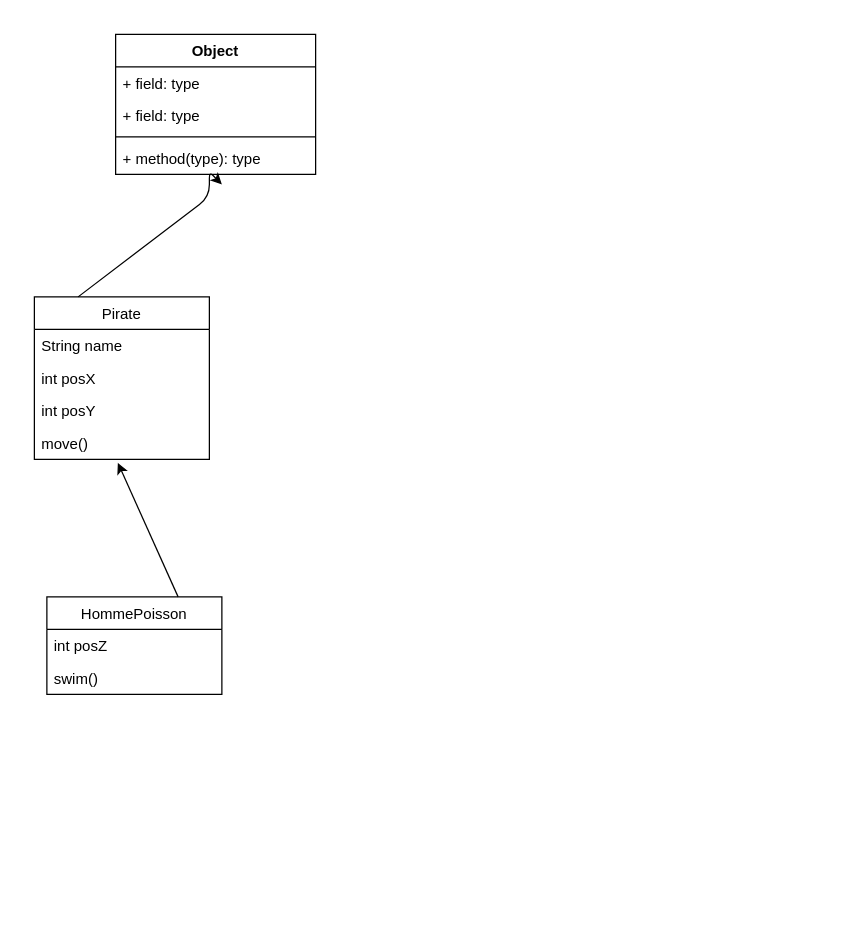
Above: schema.drawio in elimut/Java_heritage_perso (draw.io), before the change. Source tidied: cells renumbered, new cells numbered last; positions are measured from the earlier drawing's top-left corner, leaving out a move shared by most shapes. Both pictures are drawn from the tidied source at 125%, with x=0, y=0 at pixel (34, 34).
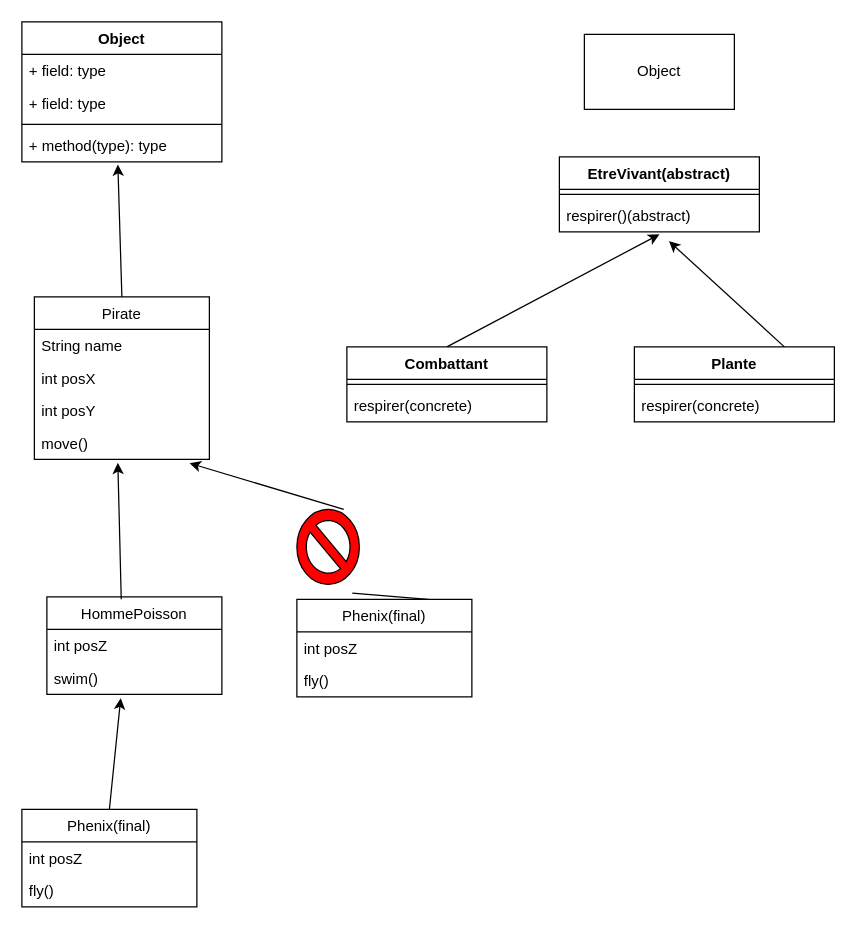
The same page after the edit.

Unchanged cells that the change refers to:
```xml
<mxCell id="6" value="+ method(type): type" style="text;strokeColor=none;fillColor=none;align=left;verticalAlign=top;spacingLeft=4;spacingRight=4;overflow=hidden;points=[[0,0.5],[1,0.5]];portConstraint=eastwest;" parent="2" vertex="1">
  <mxGeometry y="86" width="160" height="26" as="geometry" />
</mxCell>
<mxCell id="8" value="HommePoisson" style="swimlane;fontStyle=0;horizontal=1;startSize=26;fillColor=none;" parent="1" vertex="1">
  <mxGeometry x="10" y="450" width="140" height="78" as="geometry" />
</mxCell>
<mxCell id="10" value="swim()" style="text;strokeColor=none;fillColor=none;align=left;verticalAlign=top;spacingLeft=4;spacingRight=4;overflow=hidden;points=[[0,0.5],[1,0.5]];portConstraint=eastwest;" parent="8" vertex="1">
  <mxGeometry y="52" width="140" height="26" as="geometry" />
</mxCell>
<mxCell id="12" value="Pirate" style="swimlane;fontStyle=0;horizontal=1;startSize=26;fillColor=none;" parent="1" vertex="1">
  <mxGeometry y="210" width="140" height="130" as="geometry" />
</mxCell>
<mxCell id="16" value="move()" style="text;strokeColor=none;fillColor=none;align=left;verticalAlign=top;spacingLeft=4;spacingRight=4;overflow=hidden;points=[[0,0.5],[1,0.5]];portConstraint=eastwest;" parent="12" vertex="1">
  <mxGeometry y="104" width="140" height="26" as="geometry" />
</mxCell>
```

Change to the diagram source:
```diff
@@
     <mxCell id="2" value="Object" style="swimlane;fontStyle=1;align=center;verticalAlign=top;horizontal=1;startSize=26;" parent="1" vertex="1">
-      <mxGeometry x="65" width="160" height="112" as="geometry" />
+      <mxGeometry x="-10" y="-10" width="160" height="112" as="geometry" />
     </mxCell>
@@
-    <mxCell id="7" style="edgeStyle=none;html=1;exitX=0.75;exitY=0;exitDx=0;exitDy=0;entryX=0.477;entryY=1.107;entryDx=0;entryDy=0;entryPerimeter=0;" parent="1" edge="1" source="8" target="16">
+    <mxCell id="7" style="edgeStyle=none;html=1;exitX=0.425;exitY=0.024;exitDx=0;exitDy=0;entryX=0.477;entryY=1.107;entryDx=0;entryDy=0;entryPerimeter=0;exitPerimeter=0;" parent="1" edge="1" source="8" target="16">
       <mxGeometry relative="1" as="geometry" />
     </mxCell>
@@
-    <mxCell id="11" style="edgeStyle=none;html=1;exitX=0.25;exitY=0;exitDx=0;exitDy=0;" parent="1" edge="1" source="12">
-      <mxGeometry relative="1" as="geometry">
-        <mxPoint x="150" y="120" as="targetPoint" />
-        <Array as="points">
-          <mxPoint x="140" y="130" />
-          <mxPoint x="140" y="110" />
-        </Array>
-      </mxGeometry>
-    </mxCell>
+    <mxCell id="17" style="edgeStyle=none;html=1;exitX=0.5;exitY=0;exitDx=0;exitDy=0;entryX=0.48;entryY=1.084;entryDx=0;entryDy=0;entryPerimeter=0;" parent="1" edge="1" source="12" target="6">
+      <mxGeometry relative="1" as="geometry" />
+    </mxCell>
@@
+    <mxCell id="18" style="edgeStyle=none;html=1;exitX=0.5;exitY=0;exitDx=0;exitDy=0;entryX=0.422;entryY=1.116;entryDx=0;entryDy=0;entryPerimeter=0;" parent="1" edge="1" source="19" target="10">
+      <mxGeometry relative="1" as="geometry" />
+    </mxCell>
+    <mxCell id="19" value="Phenix(final)" style="swimlane;fontStyle=0;horizontal=1;startSize=26;fillColor=none;" parent="1" vertex="1">
+      <mxGeometry x="-10" y="620" width="140" height="78" as="geometry" />
+    </mxCell>
+    <mxCell id="20" value="int posZ" style="text;strokeColor=none;fillColor=none;align=left;verticalAlign=top;spacingLeft=4;spacingRight=4;overflow=hidden;" parent="19" vertex="1">
+      <mxGeometry y="26" width="140" height="26" as="geometry" />
+    </mxCell>
+    <mxCell id="21" value="fly()" style="text;strokeColor=none;fillColor=none;align=left;verticalAlign=top;spacingLeft=4;spacingRight=4;overflow=hidden;" parent="19" vertex="1">
+      <mxGeometry y="52" width="140" height="26" as="geometry" />
+    </mxCell>
+    <mxCell id="22" style="edgeStyle=none;html=1;exitX=0.75;exitY=0;exitDx=0;exitDy=0;entryX=0.887;entryY=1.118;entryDx=0;entryDy=0;entryPerimeter=0;startArrow=none;" parent="1" edge="1" source="27" target="16">
+      <mxGeometry relative="1" as="geometry" />
+    </mxCell>
+    <mxCell id="23" value="Phenix(final)" style="swimlane;fontStyle=0;horizontal=1;startSize=26;fillColor=none;" parent="1" vertex="1">
+      <mxGeometry x="210" y="452" width="140" height="78" as="geometry" />
+    </mxCell>
+    <mxCell id="24" value="int posZ" style="text;strokeColor=none;fillColor=none;align=left;verticalAlign=top;spacingLeft=4;spacingRight=4;overflow=hidden;" parent="23" vertex="1">
+      <mxGeometry y="26" width="140" height="26" as="geometry" />
+    </mxCell>
+    <mxCell id="25" value="fly()" style="text;strokeColor=none;fillColor=none;align=left;verticalAlign=top;spacingLeft=4;spacingRight=4;overflow=hidden;" parent="23" vertex="1">
+      <mxGeometry y="52" width="140" height="26" as="geometry" />
+    </mxCell>
+    <mxCell id="26" style="edgeStyle=none;html=1;exitX=0.75;exitY=0;exitDx=0;exitDy=0;entryX=0.887;entryY=1.118;entryDx=0;entryDy=0;entryPerimeter=0;endArrow=none;" parent="1" edge="1" source="23" target="27">
+      <mxGeometry relative="1" as="geometry" />
+    </mxCell>
+    <mxCell id="27" style="verticalLabelPosition=bottom;verticalAlign=top;html=1;shape=mxgraph.basic.no_symbol;fillColor=#FF0000;" parent="1" vertex="1">
+      <mxGeometry x="210" y="380" width="50" height="60" as="geometry" />
+    </mxCell>
+    <mxCell id="28" value="EtreVivant(abstract)" style="swimlane;fontStyle=1;align=center;verticalAlign=top;horizontal=1;startSize=26;" parent="1" vertex="1">
+      <mxGeometry x="420" y="98" width="160" height="60" as="geometry" />
+    </mxCell>
+    <mxCell id="29" style="line;strokeWidth=1;fillColor=none;align=left;verticalAlign=middle;spacingTop=-1;spacingLeft=3;spacingRight=3;labelPosition=right;strokeColor=inherit;" parent="28" vertex="1">
+      <mxGeometry y="26" width="160" height="8" as="geometry" />
+    </mxCell>
+    <mxCell id="30" value="respirer()(abstract)" style="text;strokeColor=none;fillColor=none;align=left;verticalAlign=top;spacingLeft=4;spacingRight=4;overflow=hidden;points=[[0,0.5],[1,0.5]];portConstraint=eastwest;" parent="28" vertex="1">
+      <mxGeometry y="34" width="160" height="26" as="geometry" />
+    </mxCell>
+    <mxCell id="31" style="edgeStyle=none;html=1;exitX=0.5;exitY=0;exitDx=0;exitDy=0;" parent="1" edge="1" source="32">
+      <mxGeometry relative="1" as="geometry">
+        <mxPoint x="500" y="160" as="targetPoint" />
+      </mxGeometry>
+    </mxCell>
+    <mxCell id="32" value="Combattant" style="swimlane;fontStyle=1;align=center;verticalAlign=top;horizontal=1;startSize=26;" parent="1" vertex="1">
+      <mxGeometry x="250" y="250" width="160" height="60" as="geometry" />
+    </mxCell>
+    <mxCell id="33" style="line;strokeWidth=1;fillColor=none;align=left;verticalAlign=middle;spacingTop=-1;spacingLeft=3;spacingRight=3;labelPosition=right;strokeColor=inherit;" parent="32" vertex="1">
+      <mxGeometry y="26" width="160" height="8" as="geometry" />
+    </mxCell>
+    <mxCell id="34" value="respirer(concrete)" style="text;strokeColor=none;fillColor=none;align=left;verticalAlign=top;spacingLeft=4;spacingRight=4;overflow=hidden;" parent="32" vertex="1">
+      <mxGeometry y="34" width="160" height="26" as="geometry" />
+    </mxCell>
+    <mxCell id="35" style="edgeStyle=none;html=1;exitX=0.75;exitY=0;exitDx=0;exitDy=0;entryX=0.548;entryY=1.284;entryDx=0;entryDy=0;entryPerimeter=0;" parent="1" edge="1" source="36" target="30">
+      <mxGeometry relative="1" as="geometry" />
+    </mxCell>
+    <mxCell id="36" value="Plante" style="swimlane;fontStyle=1;align=center;verticalAlign=top;horizontal=1;startSize=26;" parent="1" vertex="1">
+      <mxGeometry x="480" y="250" width="160" height="60" as="geometry" />
+    </mxCell>
+    <mxCell id="37" style="line;strokeWidth=1;fillColor=none;align=left;verticalAlign=middle;spacingTop=-1;spacingLeft=3;spacingRight=3;labelPosition=right;strokeColor=inherit;" parent="36" vertex="1">
+      <mxGeometry y="26" width="160" height="8" as="geometry" />
+    </mxCell>
+    <mxCell id="38" value="respirer(concrete)" style="text;strokeColor=none;fillColor=none;align=left;verticalAlign=top;spacingLeft=4;spacingRight=4;overflow=hidden;" parent="36" vertex="1">
+      <mxGeometry y="34" width="160" height="26" as="geometry" />
+    </mxCell>
+    <mxCell id="39" value="Object" style="rounded=0;whiteSpace=wrap;html=1;" parent="1" vertex="1">
+      <mxGeometry x="440" width="120" height="60" as="geometry" />
+    </mxCell>
```
